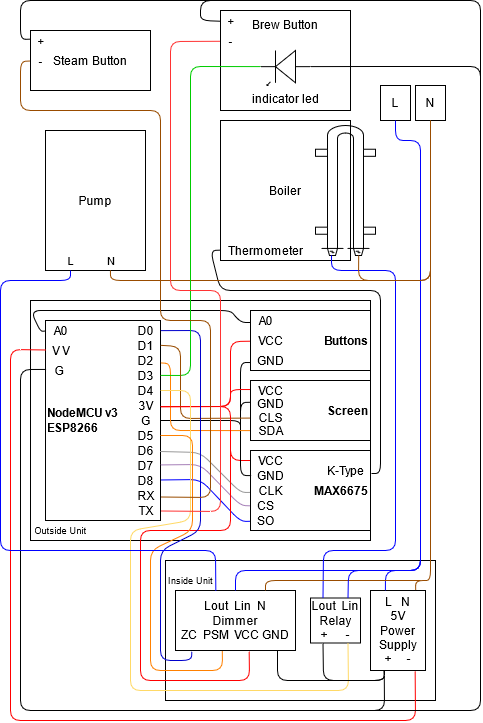
This is doc/circuit.png from ynsgnr/capulus, a draw.io export, as it was before one commit. Source tidied: cells renumbered, new cells last; positions are measured from the earlier drawing's top-left corner, leaving out a move shared by most shapes.
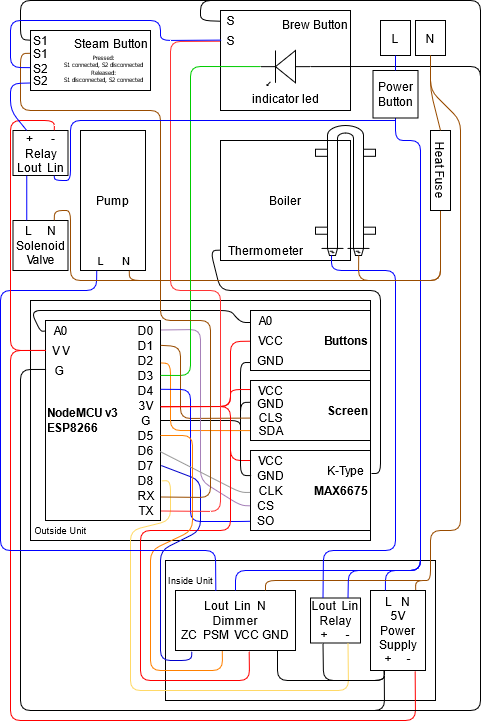
The same file after the commit.

Commit message:
added last changes to the circuit diagram

What changed in the source:
```diff
@@ -9,15 +9,15 @@
       <mxGeometry x="30" y="300" width="340" height="240" as="geometry" />
     </mxCell>
     <mxCell id="4" value="&lt;div&gt;Boiler&lt;/div&gt;" style="rounded=0;whiteSpace=wrap;html=1;fillColor=none;" parent="1" vertex="1">
-      <mxGeometry x="220" y="120" width="130" height="140" as="geometry" />
+      <mxGeometry x="220" y="140" width="130" height="120" as="geometry" />
     </mxCell>
     <mxCell id="5" value="&lt;div&gt;Pump&lt;/div&gt;" style="rounded=0;whiteSpace=wrap;html=1;fillColor=none;" parent="1" vertex="1">
-      <mxGeometry x="45" y="130" width="100" height="140" as="geometry" />
+      <mxGeometry x="80" y="130" width="65" height="140" as="geometry" />
     </mxCell>
-    <mxCell id="6" value="&lt;div&gt;Steam Button&lt;/div&gt;" style="rounded=0;whiteSpace=wrap;html=1;fillColor=none;" parent="1" vertex="1">
+    <mxCell id="6" value="&lt;div&gt;Steam Button&lt;/div&gt;&lt;div&gt;&lt;br&gt;&lt;/div&gt;" style="rounded=0;whiteSpace=wrap;html=1;fillColor=none;align=right;verticalAlign=top;" parent="1" vertex="1">
       <mxGeometry x="30" y="30" width="120" height="60" as="geometry" />
     </mxCell>
-    <mxCell id="7" value="&lt;div align=&quot;center&quot;&gt;Brew Button&lt;/div&gt;&lt;div&gt;&lt;br&gt;&lt;/div&gt;&lt;div&gt;&lt;br&gt;&lt;/div&gt;&lt;div&gt;&lt;br&gt;&lt;/div&gt;&lt;div&gt;&lt;br&gt;&lt;/div&gt;&lt;div&gt;&lt;br&gt;&lt;/div&gt;" style="rounded=0;whiteSpace=wrap;html=1;align=center;fillColor=none;" parent="1" vertex="1">
+    <mxCell id="7" value="&lt;div align=&quot;right&quot;&gt;Brew Button&lt;/div&gt;&lt;div align=&quot;right&quot;&gt;&lt;br&gt;&lt;/div&gt;&lt;div align=&quot;right&quot;&gt;&lt;br&gt;&lt;/div&gt;&lt;div align=&quot;right&quot;&gt;&lt;br&gt;&lt;/div&gt;&lt;div align=&quot;right&quot;&gt;&lt;br&gt;&lt;/div&gt;&lt;div align=&quot;right&quot;&gt;&lt;br&gt;&lt;/div&gt;" style="rounded=0;whiteSpace=wrap;html=1;align=right;fillColor=none;" parent="1" vertex="1">
       <mxGeometry x="220" y="10" width="130" height="100" as="geometry" />
     </mxCell>
     <mxCell id="8" value="&lt;div&gt;indicator led&lt;/div&gt;" style="verticalLabelPosition=bottom;shadow=0;dashed=0;align=center;html=1;verticalAlign=top;shape=mxgraph.electrical.opto_electronics.led_1;direction=west;fillColor=none;" parent="1" vertex="1">
@@ -30,10 +30,10 @@
       <mxGeometry x="310" y="597.5" width="50" height="45" as="geometry" />
     </mxCell>
     <mxCell id="11" value="L" style="rounded=0;whiteSpace=wrap;html=1;fillColor=none;" parent="1" vertex="1">
-      <mxGeometry x="380" y="85" width="30" height="35" as="geometry" />
+      <mxGeometry x="380" y="20" width="30" height="35" as="geometry" />
     </mxCell>
     <mxCell id="12" value="&lt;div&gt;N&lt;/div&gt;" style="rounded=0;whiteSpace=wrap;html=1;fillColor=none;" parent="1" vertex="1">
-      <mxGeometry x="415" y="85" width="30" height="35" as="geometry" />
+      <mxGeometry x="415" y="20" width="30" height="35" as="geometry" />
     </mxCell>
     <mxCell id="13" value="&lt;div&gt;L&amp;nbsp;&amp;nbsp; N&lt;br&gt;&lt;/div&gt;&lt;div&gt;5V&lt;br&gt;&lt;/div&gt;&lt;div&gt;Power Supply&lt;br&gt;+&amp;nbsp;&amp;nbsp;&amp;nbsp;&amp;nbsp; -&lt;br&gt;&lt;/div&gt;" style="whiteSpace=wrap;html=1;fillColor=none;" parent="1" vertex="1">
       <mxGeometry x="370" y="590" width="55" height="80" as="geometry" />
@@ -59,7 +59,10 @@
         <Array as="points">
           <mxPoint x="415" y="580" />
           <mxPoint x="430" y="580" />
-          <mxPoint x="430" y="560" />
+          <mxPoint x="430" y="530" />
+          <mxPoint x="460" y="530" />
+          <mxPoint x="460" y="120" />
+          <mxPoint x="430" y="90" />
         </Array>
       </mxGeometry>
     </mxCell>
@@ -75,12 +78,12 @@
     <mxCell id="21" value="&lt;div&gt;G&amp;nbsp; &lt;br&gt;&lt;/div&gt;" style="text;html=1;align=center;verticalAlign=middle;points=[];strokeColor=none;" parent="1" vertex="1">
       <mxGeometry x="45" y="360" width="30" height="20" as="geometry" />
     </mxCell>
-    <mxCell id="22" style="endArrow=none;html=1;entryX=0.016;entryY=0.474;entryDx=0;entryDy=0;entryPerimeter=0;exitX=0.812;exitY=1.008;exitDx=0;exitDy=0;exitPerimeter=0;strokeColor=#FF0000;" parent="1" edge="1" source="13" target="20">
+    <mxCell id="22" style="endArrow=none;html=1;entryX=0.002;entryY=0.15;entryDx=0;entryDy=0;entryPerimeter=0;exitX=0.812;exitY=1.008;exitDx=0;exitDy=0;exitPerimeter=0;strokeColor=#FF0000;" parent="1" edge="1" source="13" target="15">
       <mxGeometry relative="1" as="geometry">
         <Array as="points">
           <mxPoint x="415" y="720" />
           <mxPoint x="10" y="720" />
-          <mxPoint x="10" y="349" />
+          <mxPoint x="10" y="350" />
         </Array>
       </mxGeometry>
     </mxCell>
@@ -171,19 +174,21 @@
         </Array>
       </mxGeometry>
     </mxCell>
-    <mxCell id="33" style="endArrow=none;html=1;fontSize=11;entryX=1.002;entryY=0.474;entryDx=0;entryDy=0;entryPerimeter=0;exitX=0.019;exitY=0.538;exitDx=0;exitDy=0;exitPerimeter=0;strokeColor=#0000FF;" parent="1" edge="1" source="81" target="72">
+    <mxCell id="33" style="endArrow=none;html=1;fontSize=11;entryX=0.999;entryY=0.344;entryDx=0;entryDy=0;entryPerimeter=0;exitX=0.019;exitY=0.538;exitDx=0;exitDy=0;exitPerimeter=0;strokeColor=#0000FF;" parent="1" edge="1" source="81" target="15">
       <mxGeometry relative="1" as="geometry">
         <Array as="points">
           <mxPoint x="240" y="521" />
-          <mxPoint x="200" y="479" />
+          <mxPoint x="190" y="521" />
+          <mxPoint x="190" y="389" />
         </Array>
       </mxGeometry>
     </mxCell>
-    <mxCell id="34" style="endArrow=none;html=1;fontSize=11;entryX=0.995;entryY=0.471;entryDx=0;entryDy=0;entryPerimeter=0;exitX=0.003;exitY=0.517;exitDx=0;exitDy=0;exitPerimeter=0;strokeColor=#A680B8;" parent="1" edge="1" source="82" target="71">
+    <mxCell id="34" style="endArrow=none;html=1;fontSize=11;entryX=1.016;entryY=0.474;entryDx=0;entryDy=0;entryPerimeter=0;exitX=0.003;exitY=0.517;exitDx=0;exitDy=0;exitPerimeter=0;strokeColor=#A680B8;" parent="1" edge="1" source="82" target="62">
       <mxGeometry relative="1" as="geometry">
         <Array as="points">
           <mxPoint x="240" y="505" />
-          <mxPoint x="200" y="464" />
+          <mxPoint x="200" y="480" />
+          <mxPoint x="200" y="329" />
         </Array>
       </mxGeometry>
     </mxCell>
@@ -191,7 +196,6 @@
       <mxGeometry relative="1" as="geometry">
         <Array as="points">
           <mxPoint x="240" y="492" />
-          <mxPoint x="200" y="452" />
         </Array>
       </mxGeometry>
     </mxCell>
@@ -214,11 +218,11 @@
         </Array>
       </mxGeometry>
     </mxCell>
-    <mxCell id="38" style="endArrow=none;html=1;fontSize=11;exitX=1.001;exitY=0.35;exitDx=0;exitDy=0;exitPerimeter=0;entryX=0.75;entryY=1;entryDx=0;entryDy=0;strokeColor=#FFD966;" parent="1" edge="1" source="15" target="10">
+    <mxCell id="38" style="endArrow=none;html=1;fontSize=11;exitX=1.033;exitY=0.52;exitDx=0;exitDy=0;exitPerimeter=0;entryX=0.75;entryY=1;entryDx=0;entryDy=0;strokeColor=#FFD966;" parent="1" edge="1" source="72" target="10">
       <mxGeometry relative="1" as="geometry">
         <Array as="points">
-          <mxPoint x="190" y="390" />
-          <mxPoint x="190" y="520" />
+          <mxPoint x="170" y="480" />
+          <mxPoint x="170" y="520" />
           <mxPoint x="130" y="530" />
           <mxPoint x="130" y="590" />
           <mxPoint x="130" y="690" />
@@ -234,10 +238,10 @@
         </Array>
       </mxGeometry>
     </mxCell>
-    <mxCell id="40" style="endArrow=none;html=1;fontSize=11;exitX=1.008;exitY=0.506;exitDx=0;exitDy=0;exitPerimeter=0;entryX=0.136;entryY=1.016;entryDx=0;entryDy=0;entryPerimeter=0;strokeColor=#0000CC;" parent="1" edge="1" source="62" target="14">
+    <mxCell id="40" style="endArrow=none;html=1;fontSize=11;exitX=1.023;exitY=0.501;exitDx=0;exitDy=0;exitPerimeter=0;entryX=0.136;entryY=1.016;entryDx=0;entryDy=0;entryPerimeter=0;strokeColor=#0000CC;" parent="1" edge="1" source="71" target="14">
       <mxGeometry relative="1" as="geometry">
         <Array as="points">
-          <mxPoint x="200" y="330" />
+          <mxPoint x="200" y="480" />
           <mxPoint x="200" y="530" />
           <mxPoint x="160" y="550" />
           <mxPoint x="160" y="660" />
@@ -271,18 +275,18 @@
         <Array as="points">
           <mxPoint x="215" y="550" />
           <mxPoint y="550" />
-          <mxPoint y="280" />
-          <mxPoint x="70" y="280" />
+          <mxPoint y="290" />
+          <mxPoint x="96" y="290" />
         </Array>
       </mxGeometry>
     </mxCell>
     <mxCell id="44" value="L" style="text;html=1;align=center;verticalAlign=middle;strokeColor=none;fontSize=11;" parent="1" vertex="1">
-      <mxGeometry x="60" y="250" width="20" height="20" as="geometry" />
+      <mxGeometry x="90" y="250" width="20" height="20" as="geometry" />
     </mxCell>
     <mxCell id="45" value="&lt;div&gt;N&lt;/div&gt;" style="text;html=1;align=center;verticalAlign=middle;points=[];strokeColor=none;fontSize=11;" parent="1" vertex="1">
-      <mxGeometry x="100" y="250" width="20" height="20" as="geometry" />
+      <mxGeometry x="115" y="250" width="20" height="20" as="geometry" />
     </mxCell>
-    <mxCell id="46" style="endArrow=none;html=1;fontSize=11;strokeColor=#0000FF;entryX=0.5;entryY=1;entryDx=0;entryDy=0;exitX=0.271;exitY=0;exitDx=0;exitDy=0;exitPerimeter=0;" parent="1" edge="1" source="13" target="11">
+    <mxCell id="46" style="endArrow=none;html=1;fontSize=11;strokeColor=#0000FF;entryX=0.5;entryY=1;entryDx=0;entryDy=0;exitX=0.271;exitY=0;exitDx=0;exitDy=0;exitPerimeter=0;" parent="1" edge="1" source="13" target="93">
       <mxGeometry relative="1" as="geometry">
         <Array as="points">
           <mxPoint x="385" y="570" />
@@ -304,20 +308,19 @@
         </Array>
       </mxGeometry>
     </mxCell>
-    <mxCell id="48" style="endArrow=none;html=1;fontSize=11;exitX=0.002;exitY=0.72;exitDx=0;exitDy=0;exitPerimeter=0;strokeColor=#994C00;" parent="1" edge="1" source="9">
+    <mxCell id="48" style="endArrow=none;html=1;fontSize=11;exitX=0.002;exitY=0.72;exitDx=0;exitDy=0;exitPerimeter=0;strokeColor=#994C00;entryX=1;entryY=0.5;entryDx=0;entryDy=0;" parent="1" edge="1" source="9" target="100">
       <mxGeometry relative="1" as="geometry">
-        <mxPoint x="430" y="230" as="targetPoint" />
         <Array as="points">
           <mxPoint x="358" y="280" />
-          <mxPoint x="430" y="280" />
+          <mxPoint x="440" y="280" />
         </Array>
       </mxGeometry>
     </mxCell>
-    <mxCell id="49" style="endArrow=none;html=1;fontSize=11;exitX=0.497;exitY=0.988;exitDx=0;exitDy=0;exitPerimeter=0;strokeColor=#994C00;entryX=0.5;entryY=1;entryDx=0;entryDy=0;" parent="1" edge="1" source="45" target="12">
+    <mxCell id="49" style="endArrow=none;html=1;fontSize=11;exitX=0.75;exitY=1;exitDx=0;exitDy=0;strokeColor=#994C00;entryX=1;entryY=0.5;entryDx=0;entryDy=0;" parent="1" edge="1" source="5" target="100">
       <mxGeometry relative="1" as="geometry">
         <Array as="points">
-          <mxPoint x="110" y="280" />
-          <mxPoint x="430" y="280" />
+          <mxPoint x="129" y="280" />
+          <mxPoint x="440" y="280" />
         </Array>
       </mxGeometry>
     </mxCell>
@@ -345,8 +348,9 @@
         </Array>
       </mxGeometry>
     </mxCell>
-    <mxCell id="54" style="endArrow=none;html=1;fontSize=11;exitX=1.011;exitY=0.525;exitDx=0;exitDy=0;exitPerimeter=0;entryX=-0.025;entryY=0.539;entryDx=0;entryDy=0;entryPerimeter=0;strokeColor=#FF3333;" parent="1" edge="1" source="74" target="56">
+    <mxCell id="54" style="endArrow=none;html=1;fontSize=11;exitX=1.011;exitY=0.525;exitDx=0;exitDy=0;exitPerimeter=0;entryX=-0.025;entryY=0.539;entryDx=0;entryDy=0;entryPerimeter=0;strokeColor=#FF3333;" parent="1" edge="1" source="74">
       <mxGeometry relative="1" as="geometry">
+        <mxPoint x="219.5" y="40.8" as="targetPoint" />
         <Array as="points">
           <mxPoint x="220" y="511" />
           <mxPoint x="220" y="290" />
@@ -355,9 +359,10 @@
         </Array>
       </mxGeometry>
     </mxCell>
-    <mxCell id="55" style="endArrow=none;html=1;fontSize=11;strokeColor=#000000;entryX=0.005;entryY=0.537;entryDx=0;entryDy=0;entryPerimeter=0;" parent="1" edge="1" target="57">
+    <mxCell id="55" style="endArrow=none;html=1;fontSize=11;strokeColor=#000000;entryX=0.005;entryY=0.537;entryDx=0;entryDy=0;entryPerimeter=0;" parent="1" edge="1">
       <mxGeometry relative="1" as="geometry">
         <mxPoint x="480" y="90" as="sourcePoint" />
+        <mxPoint x="220.1" y="20.7" as="targetPoint" />
         <Array as="points">
           <mxPoint x="480" />
           <mxPoint x="200" />
@@ -365,13 +370,7 @@
         </Array>
       </mxGeometry>
     </mxCell>
-    <mxCell id="56" value="&lt;div&gt;-&lt;/div&gt;" style="text;html=1;align=center;verticalAlign=middle;points=[];strokeColor=none;fontSize=11;" parent="1" vertex="1">
-      <mxGeometry x="220" y="30" width="20" height="20" as="geometry" />
-    </mxCell>
-    <mxCell id="57" value="+" style="text;html=1;align=center;verticalAlign=middle;points=[];strokeColor=none;fontSize=11;" parent="1" vertex="1">
-      <mxGeometry x="220" y="10" width="20" height="20" as="geometry" />
-    </mxCell>
-    <mxCell id="58" style="endArrow=none;html=1;fontSize=11;strokeColor=#000000;exitX=-0.017;exitY=0.433;exitDx=0;exitDy=0;exitPerimeter=0;" parent="1" edge="1" source="60">
+    <mxCell id="58" style="endArrow=none;html=1;fontSize=11;strokeColor=#000000;exitX=0;exitY=0.162;exitDx=0;exitDy=0;exitPerimeter=0;" parent="1" edge="1" source="6">
       <mxGeometry relative="1" as="geometry">
         <mxPoint x="220" as="targetPoint" />
         <Array as="points">
@@ -380,13 +379,7 @@
         </Array>
       </mxGeometry>
     </mxCell>
-    <mxCell id="59" value="&lt;div&gt;-&lt;/div&gt;" style="text;html=1;align=center;verticalAlign=middle;points=[];strokeColor=none;fontSize=11;" parent="1" vertex="1">
-      <mxGeometry x="30" y="50" width="20" height="20" as="geometry" />
-    </mxCell>
-    <mxCell id="60" value="+" style="text;html=1;align=center;verticalAlign=middle;points=[];strokeColor=none;fontSize=11;" parent="1" vertex="1">
-      <mxGeometry x="30" y="30" width="20" height="20" as="geometry" />
-    </mxCell>
-    <mxCell id="61" style="endArrow=none;html=1;fontSize=11;exitX=1.011;exitY=0.575;exitDx=0;exitDy=0;exitPerimeter=0;entryX=-0.025;entryY=0.525;entryDx=0;entryDy=0;entryPerimeter=0;strokeColor=#994C00;" parent="1" edge="1" source="73" target="59">
+    <mxCell id="61" style="endArrow=none;html=1;fontSize=11;exitX=1.011;exitY=0.575;exitDx=0;exitDy=0;exitPerimeter=0;entryX=-0.003;entryY=0.38;entryDx=0;entryDy=0;entryPerimeter=0;strokeColor=#994C00;" parent="1" edge="1" source="73" target="6">
       <mxGeometry relative="1" as="geometry">
         <Array as="points">
           <mxPoint x="210" y="497" />
@@ -394,7 +387,7 @@
           <mxPoint x="160" y="320" />
           <mxPoint x="160" y="110" />
           <mxPoint x="20" y="110" />
-          <mxPoint x="20" y="61" />
+          <mxPoint x="20" y="53" />
         </Array>
       </mxGeometry>
     </mxCell>
@@ -502,5 +495,99 @@
     <mxCell id="92" value="&lt;div&gt;A0&lt;/div&gt;" style="text;html=1;align=center;verticalAlign=middle;points=[];strokeColor=none;" parent="1" vertex="1">
       <mxGeometry x="250" y="310" width="30" height="20" as="geometry" />
     </mxCell>
+    <mxCell id="93" value="Power Button" style="whiteSpace=wrap;html=1;align=center;fillColor=none;" parent="1" vertex="1">
+      <mxGeometry x="372.5" y="70" width="45" height="47.5" as="geometry" />
+    </mxCell>
+    <mxCell id="94" style="endArrow=none;html=1;entryX=0.5;entryY=1;entryDx=0;entryDy=0;exitX=0.5;exitY=0;exitDx=0;exitDy=0;strokeColor=#0000FF;" parent="1" edge="1" source="93" target="11">
+      <mxGeometry relative="1" as="geometry" />
+    </mxCell>
+    <mxCell id="95" value="+&amp;nbsp;&amp;nbsp;&amp;nbsp;&amp;nbsp;&amp;nbsp; -&lt;div&gt;&lt;div&gt;Relay&lt;/div&gt;&lt;div&gt;Lout&amp;nbsp; Lin&lt;/div&gt;&lt;/div&gt;" style="rounded=0;whiteSpace=wrap;html=1;fillColor=none;" parent="1" vertex="1">
+      <mxGeometry x="12.5" y="130" width="55" height="45" as="geometry" />
+    </mxCell>
+    <mxCell id="96" value="L&amp;nbsp;&amp;nbsp;&amp;nbsp;&amp;nbsp; N&lt;br&gt;&lt;div&gt;Solenoid Valve&lt;/div&gt;" style="whiteSpace=wrap;html=1;fillColor=none;align=center;" parent="1" vertex="1">
+      <mxGeometry x="12.5" y="220" width="55" height="50" as="geometry" />
+    </mxCell>
+    <mxCell id="97" style="endArrow=none;html=1;strokeColor=#0000FF;exitX=0.25;exitY=0;exitDx=0;exitDy=0;entryX=0.25;entryY=1;entryDx=0;entryDy=0;" parent="1" edge="1" source="96" target="95">
+      <mxGeometry relative="1" as="geometry" />
+    </mxCell>
+    <mxCell id="98" style="endArrow=none;html=1;fontSize=11;strokeColor=#0000FF;exitX=0.75;exitY=1;exitDx=0;exitDy=0;" parent="1" edge="1" source="95">
+      <mxGeometry relative="1" as="geometry">
+        <mxPoint x="395" y="120" as="targetPoint" />
+        <Array as="points">
+          <mxPoint x="54" y="180" />
+          <mxPoint x="70" y="180" />
+          <mxPoint x="70" y="120" />
+          <mxPoint x="130" y="120" />
+        </Array>
+      </mxGeometry>
+    </mxCell>
+    <mxCell id="99" style="endArrow=none;html=1;shadow=0;startSize=0;endSize=1;exitX=0.75;exitY=0;exitDx=0;exitDy=0;strokeColor=#994C00;" parent="1" edge="1" source="96">
+      <mxGeometry relative="1" as="geometry">
+        <mxPoint x="150" y="280" as="targetPoint" />
+        <Array as="points">
+          <mxPoint x="54" y="210" />
+          <mxPoint x="70" y="210" />
+          <mxPoint x="70" y="280" />
+        </Array>
+      </mxGeometry>
+    </mxCell>
+    <mxCell id="100" value="Heat Fuse" style="whiteSpace=wrap;html=1;fillColor=none;align=center;rotation=90;" parent="1" vertex="1">
+      <mxGeometry x="400" y="160" width="80" height="20" as="geometry" />
+    </mxCell>
+    <mxCell id="101" style="endArrow=none;html=1;shadow=0;startSize=0;endSize=1;strokeColor=#994C00;entryX=0.5;entryY=1;entryDx=0;entryDy=0;exitX=0;exitY=0.5;exitDx=0;exitDy=0;" parent="1" edge="1" source="100" target="12">
+      <mxGeometry relative="1" as="geometry">
+        <Array as="points">
+          <mxPoint x="430" y="90" />
+        </Array>
+      </mxGeometry>
+    </mxCell>
+    <mxCell id="102" style="endArrow=none;html=1;shadow=0;startSize=0;endSize=1;entryX=0.008;entryY=0.296;entryDx=0;entryDy=0;entryPerimeter=0;exitX=-0.002;exitY=0.619;exitDx=0;exitDy=0;strokeColor=#0000FF;exitPerimeter=0;" parent="1" edge="1" source="6" target="7">
+      <mxGeometry relative="1" as="geometry">
+        <Array as="points">
+          <mxPoint x="10" y="67" />
+          <mxPoint x="10" y="20" />
+          <mxPoint x="160" y="20" />
+          <mxPoint x="160" y="40" />
+        </Array>
+      </mxGeometry>
+    </mxCell>
+    <mxCell id="103" style="endArrow=none;html=1;shadow=0;startSize=0;endSize=1;exitX=0.75;exitY=0;exitDx=0;exitDy=0;entryX=0.006;entryY=0.495;entryDx=0;entryDy=0;entryPerimeter=0;strokeColor=#FF0000;" parent="1" edge="1" source="95" target="20">
+      <mxGeometry relative="1" as="geometry">
+        <Array as="points">
+          <mxPoint x="54" y="120" />
+          <mxPoint x="10" y="120" />
+          <mxPoint x="10" y="350" />
+        </Array>
+      </mxGeometry>
+    </mxCell>
+    <mxCell id="104" style="endArrow=none;html=1;shadow=0;startSize=0;endSize=1;strokeColor=#0000FF;entryX=-0.002;entryY=0.875;entryDx=0;entryDy=0;exitX=0.25;exitY=0;exitDx=0;exitDy=0;entryPerimeter=0;" parent="1" edge="1" source="95" target="6">
+      <mxGeometry relative="1" as="geometry">
+        <Array as="points">
+          <mxPoint x="10" y="110" />
+          <mxPoint x="10" y="83" />
+        </Array>
+      </mxGeometry>
+    </mxCell>
+    <mxCell id="105" value="S" style="text;html=1;align=center;verticalAlign=middle;strokeColor=none;" parent="1" vertex="1">
+      <mxGeometry x="220" y="10" width="20" height="20" as="geometry" />
+    </mxCell>
+    <mxCell id="106" value="S" style="text;html=1;align=center;verticalAlign=middle;strokeColor=none;" parent="1" vertex="1">
+      <mxGeometry x="220" y="30" width="20" height="20" as="geometry" />
+    </mxCell>
+    <mxCell id="107" value="S1" style="text;html=1;align=center;verticalAlign=middle;strokeColor=none;" parent="1" vertex="1">
+      <mxGeometry x="25" y="30" width="30" height="20" as="geometry" />
+    </mxCell>
+    <mxCell id="108" value="S2" style="text;html=1;align=center;verticalAlign=middle;strokeColor=none;" parent="1" vertex="1">
+      <mxGeometry x="25" y="70" width="30" height="20" as="geometry" />
+    </mxCell>
+    <mxCell id="109" value="S2" style="text;html=1;align=center;verticalAlign=middle;strokeColor=none;" parent="1" vertex="1">
+      <mxGeometry x="25" y="57.5" width="30" height="20" as="geometry" />
+    </mxCell>
+    <mxCell id="110" value="S1" style="text;html=1;align=center;verticalAlign=middle;strokeColor=none;" parent="1" vertex="1">
+      <mxGeometry x="25" y="43" width="30" height="20" as="geometry" />
+    </mxCell>
+    <mxCell id="111" value="&lt;div style=&quot;font-size: 6px;&quot;&gt;&lt;font style=&quot;font-size: 6px;&quot;&gt;Pressed:&lt;/font&gt;&lt;/div&gt;&lt;div style=&quot;font-size: 6px;&quot;&gt;&lt;font style=&quot;font-size: 6px;&quot;&gt;S1 connected, S2 disconnected&lt;br style=&quot;font-size: 6px;&quot;&gt;&lt;/font&gt;&lt;/div&gt;&lt;div style=&quot;font-size: 6px;&quot;&gt;&lt;font style=&quot;font-size: 6px;&quot;&gt;Released:&lt;/font&gt;&lt;/div&gt;&lt;div style=&quot;font-size: 6px;&quot;&gt;&lt;font style=&quot;font-size: 6px;&quot;&gt;S1 disconnected, S2 connected&lt;/font&gt;&lt;/div&gt;" style="text;html=1;align=center;verticalAlign=middle;strokeColor=none;fontSize=6;horizontal=1;fontFamily=Tahoma;labelPosition=center;verticalLabelPosition=middle;spacing=0;labelBorderColor=none;" parent="1" vertex="1">
+      <mxGeometry x="57.5" y="53" width="90" height="30" as="geometry" />
+    </mxCell>
   </root>
 </mxGraphModel>
```
